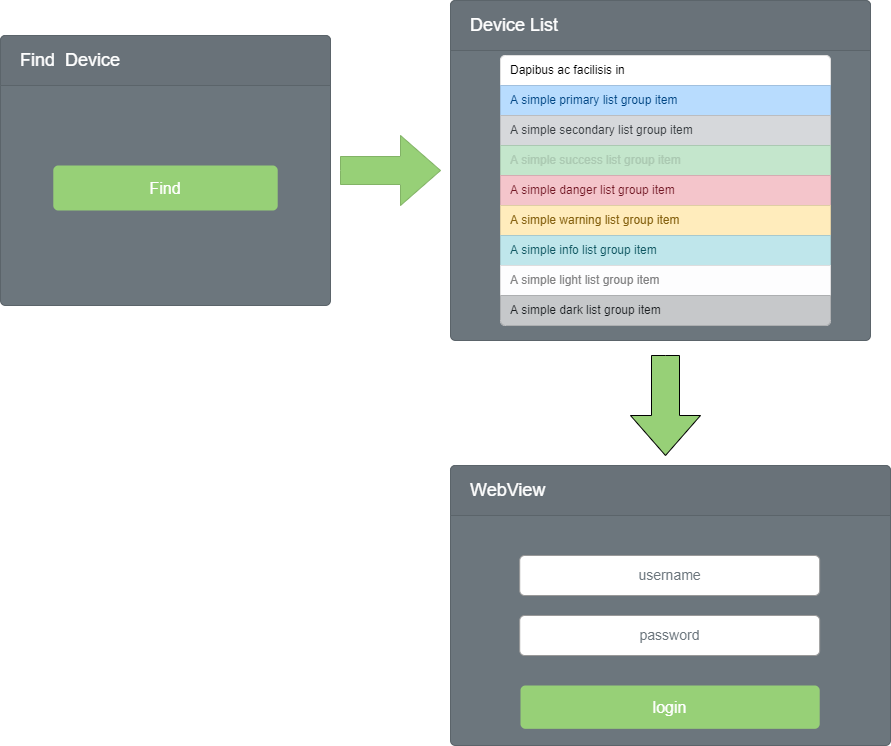
Earlier version of the draw.io export app.drawio.png (wing-cen/testPage). Source tidied: cells renumbered, new cells last; positions are measured from the earlier drawing's top-left corner, leaving out a move shared by most shapes.
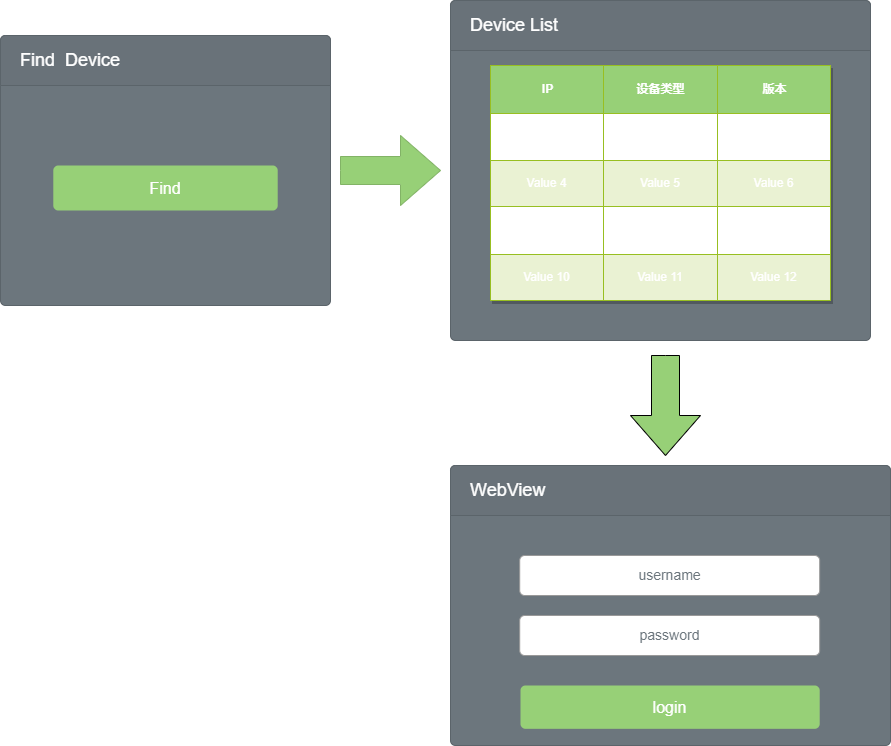
The same diagram one commit later.

Diff of the diagram source:
```diff
@@ -20,52 +20,69 @@
     <mxCell id="7" value="Device List" style="html=1;shadow=0;dashed=0;shape=mxgraph.bootstrap.topButton;rSize=5;perimeter=none;whiteSpace=wrap;fillColor=#697279;strokeColor=#5B646A;fontColor=#ffffff;fontSize=18;align=left;spacing=20;" parent="6" vertex="1">
       <mxGeometry width="420" height="50" relative="1" as="geometry" />
     </mxCell>
-    <mxCell id="8" style="html=1;shadow=0;dashed=0;shape=mxgraph.bootstrap.rrect;rSize=5;strokeColor=#DFDFDF;html=1;whiteSpace=wrap;fillColor=#FFFFFF;fontColor=#000000;" parent="6" vertex="1">
-      <mxGeometry x="50" y="55" width="330" height="270" as="geometry" />
-    </mxCell>
-    <mxCell id="9" value="Dapibus ac facilisis in" style="strokeColor=inherit;fillColor=inherit;gradientColor=inherit;fontColor=inherit;html=1;shadow=0;dashed=0;shape=mxgraph.bootstrap.topButton;rSize=5;perimeter=none;whiteSpace=wrap;align=left;spacing=10;" parent="8" vertex="1">
-      <mxGeometry width="330" height="30" relative="1" as="geometry" />
-    </mxCell>
-    <mxCell id="10" value="A simple primary list group item" style="html=1;fillColor=#B8DCFE;strokeColor=#A1C0DE;fontColor=#004583;shadow=0;dashed=0;perimeter=none;whiteSpace=wrap;align=left;spacing=10;" parent="8" vertex="1">
-      <mxGeometry width="330" height="30" relative="1" as="geometry">
-        <mxPoint y="30" as="offset" />
-      </mxGeometry>
-    </mxCell>
-    <mxCell id="11" value="A simple secondary list group item" style="html=1;fillColor=#D6D8DB;strokeColor=#BBBDC0;fontColor=#383D41;shadow=0;dashed=0;perimeter=none;whiteSpace=wrap;align=left;spacing=10;" parent="8" vertex="1">
-      <mxGeometry width="330" height="30" relative="1" as="geometry">
-        <mxPoint y="60" as="offset" />
-      </mxGeometry>
-    </mxCell>
-    <mxCell id="12" value="A simple success list group item" style="html=1;fillColor=#C4E6CC;strokeColor=#ABC9B2;fontColor=#ABC9B2;shadow=0;dashed=0;perimeter=none;whiteSpace=wrap;align=left;spacing=10;" parent="8" vertex="1">
-      <mxGeometry width="330" height="30" relative="1" as="geometry">
-        <mxPoint y="90" as="offset" />
-      </mxGeometry>
-    </mxCell>
-    <mxCell id="13" value="A simple danger list group item" style="html=1;fillColor=#F4C5CB;strokeColor=#D5ACB2;fontColor=#711623;shadow=0;dashed=0;perimeter=none;whiteSpace=wrap;align=left;spacing=10;" parent="8" vertex="1">
-      <mxGeometry width="330" height="30" relative="1" as="geometry">
-        <mxPoint y="120" as="offset" />
-      </mxGeometry>
-    </mxCell>
-    <mxCell id="14" value="A simple warning list group item" style="html=1;fillColor=#FFECBC;strokeColor=#DFCEA4;fontColor=#856110;shadow=0;dashed=0;perimeter=none;whiteSpace=wrap;align=left;spacing=10;" parent="8" vertex="1">
-      <mxGeometry width="330" height="30" relative="1" as="geometry">
-        <mxPoint y="150" as="offset" />
-      </mxGeometry>
-    </mxCell>
-    <mxCell id="15" value="A simple info list group item" style="html=1;fillColor=#BFE6EB;strokeColor=#A7C9CE;fontColor=#0E5560;shadow=0;dashed=0;perimeter=none;whiteSpace=wrap;align=left;spacing=10;" parent="8" vertex="1">
-      <mxGeometry width="330" height="30" relative="1" as="geometry">
-        <mxPoint y="180" as="offset" />
-      </mxGeometry>
-    </mxCell>
-    <mxCell id="16" value="A simple light list group item" style="html=1;fillColor=#FDFDFE;strokeColor=#DDDDDE;fontColor=#818182;shadow=0;dashed=0;perimeter=none;whiteSpace=wrap;align=left;spacing=10;" parent="8" vertex="1">
-      <mxGeometry width="330" height="30" relative="1" as="geometry">
-        <mxPoint y="210" as="offset" />
-      </mxGeometry>
-    </mxCell>
-    <mxCell id="17" value="A simple dark list group item" style="html=1;shadow=0;dashed=0;shape=mxgraph.bootstrap.bottomButton;fillColor=#C6C8CA;strokeColor=#ADAFB1;fontColor=#1B1E21;rSize=5;perimeter=none;whiteSpace=wrap;align=left;spacing=10;" parent="8" vertex="1">
-      <mxGeometry y="1" width="330" height="30" relative="1" as="geometry">
-        <mxPoint y="-30" as="offset" />
-      </mxGeometry>
-    </mxCell>
+    <mxCell id="24" value="Assets" style="strokeColor=#98bf21;fillColor=#97D077;shadow=1;fontColor=#FFFFFF;" parent="6" vertex="1">
+      <mxGeometry x="40" y="65" width="340" height="235" as="geometry" />
+    </mxCell>
+    <mxCell id="25" style="shape=tableRow;horizontal=0;startSize=0;swimlaneHead=0;swimlaneBody=0;top=0;left=0;bottom=0;right=0;fontStyle=0;strokeColor=inherit;fillColor=#ffffff;fontColor=#FFFFFF;" parent="24" vertex="1">
+      <mxGeometry width="340" height="48" as="geometry" />
+    </mxCell>
+    <mxCell id="26" value="IP" style="strokeColor=inherit;fillColor=#97D077;align=center;fontStyle=1;fontColor=#FFFFFF;html=1;" parent="25" vertex="1">
+      <mxGeometry width="113" height="48" as="geometry" />
+    </mxCell>
+    <mxCell id="27" value="设备类型" style="strokeColor=inherit;fillColor=#97D077;align=center;fontStyle=1;fontColor=#FFFFFF;html=1;" parent="25" vertex="1">
+      <mxGeometry x="113" width="114" height="48" as="geometry" />
+    </mxCell>
+    <mxCell id="28" value="版本" style="strokeColor=inherit;fillColor=#97D077;align=center;fontStyle=1;fontColor=#FFFFFF;html=1;" parent="25" vertex="1">
+      <mxGeometry x="227" width="113" height="48" as="geometry" />
+    </mxCell>
+    <mxCell id="29" style="shape=tableRow;horizontal=0;startSize=0;swimlaneHead=0;swimlaneBody=0;top=0;left=0;bottom=0;right=0;fontStyle=0;strokeColor=inherit;fillColor=#ffffff;fontColor=#FFFFFF;" parent="24" vertex="1">
+      <mxGeometry y="48" width="340" height="47" as="geometry" />
+    </mxCell>
+    <mxCell id="30" value="Value 1" style="strokeColor=inherit;fillColor=inherit;align=center;whiteSpace=wrap;html=1;fontColor=#FFFFFF;" parent="29" vertex="1">
+      <mxGeometry width="113" height="47" as="geometry" />
+    </mxCell>
+    <mxCell id="31" value="Value 2" style="strokeColor=inherit;fillColor=inherit;align=center;whiteSpace=wrap;html=1;fontColor=#FFFFFF;" parent="29" vertex="1">
+      <mxGeometry x="113" width="114" height="47" as="geometry" />
+    </mxCell>
+    <mxCell id="32" value="Value 3" style="strokeColor=inherit;fillColor=inherit;align=center;whiteSpace=wrap;html=1;fontColor=#FFFFFF;" parent="29" vertex="1">
+      <mxGeometry x="227" width="113" height="47" as="geometry" />
+    </mxCell>
+    <mxCell id="33" style="shape=tableRow;horizontal=0;startSize=0;swimlaneHead=0;swimlaneBody=0;top=0;left=0;bottom=0;right=0;fontStyle=1;strokeColor=inherit;fillColor=#EAF2D3;fontColor=#FFFFFF;" parent="24" vertex="1">
+      <mxGeometry y="95" width="340" height="46" as="geometry" />
+    </mxCell>
+    <mxCell id="34" value="Value 4" style="strokeColor=inherit;fillColor=inherit;whiteSpace=wrap;html=1;fontColor=#FFFFFF;" parent="33" vertex="1">
+      <mxGeometry width="113" height="46" as="geometry" />
+    </mxCell>
+    <mxCell id="35" value="Value 5" style="strokeColor=inherit;fillColor=inherit;whiteSpace=wrap;html=1;fontColor=#FFFFFF;" parent="33" vertex="1">
+      <mxGeometry x="113" width="114" height="46" as="geometry" />
+    </mxCell>
+    <mxCell id="36" value="Value 6" style="strokeColor=inherit;fillColor=inherit;whiteSpace=wrap;html=1;fontColor=#FFFFFF;" parent="33" vertex="1">
+      <mxGeometry x="227" width="113" height="46" as="geometry" />
+    </mxCell>
+    <mxCell id="37" style="shape=tableRow;horizontal=0;startSize=0;swimlaneHead=0;swimlaneBody=0;top=0;left=0;bottom=0;right=0;fontStyle=0;strokeColor=inherit;fillColor=#ffffff;fontColor=#FFFFFF;" parent="24" vertex="1">
+      <mxGeometry y="141" width="340" height="48" as="geometry" />
+    </mxCell>
+    <mxCell id="38" value="Value 7" style="strokeColor=inherit;fillColor=inherit;fontStyle=0;align=center;whiteSpace=wrap;html=1;fontColor=#FFFFFF;" parent="37" vertex="1">
+      <mxGeometry width="113" height="48" as="geometry" />
+    </mxCell>
+    <mxCell id="39" value="Value 8" style="strokeColor=inherit;fillColor=inherit;fontStyle=0;align=center;whiteSpace=wrap;html=1;fontColor=#FFFFFF;" parent="37" vertex="1">
+      <mxGeometry x="113" width="114" height="48" as="geometry" />
+    </mxCell>
+    <mxCell id="40" value="Value 9" style="strokeColor=inherit;fillColor=inherit;fontStyle=0;align=center;whiteSpace=wrap;html=1;fontColor=#FFFFFF;" parent="37" vertex="1">
+      <mxGeometry x="227" width="113" height="48" as="geometry" />
+    </mxCell>
+    <mxCell id="41" style="shape=tableRow;horizontal=0;startSize=0;swimlaneHead=0;swimlaneBody=0;top=0;left=0;bottom=0;right=0;fontStyle=1;strokeColor=inherit;fillColor=#EAF2D3;fontColor=#FFFFFF;" parent="24" vertex="1">
+      <mxGeometry y="189" width="340" height="46" as="geometry" />
+    </mxCell>
+    <mxCell id="42" value="Value 10" style="strokeColor=inherit;fillColor=inherit;whiteSpace=wrap;html=1;fontColor=#FFFFFF;" parent="41" vertex="1">
+      <mxGeometry width="113" height="46" as="geometry" />
+    </mxCell>
+    <mxCell id="43" value="Value 11" style="strokeColor=inherit;fillColor=inherit;whiteSpace=wrap;html=1;fontColor=#FFFFFF;" parent="41" vertex="1">
+      <mxGeometry x="113" width="114" height="46" as="geometry" />
+    </mxCell>
+    <mxCell id="44" value="Value 12" style="strokeColor=inherit;fillColor=inherit;whiteSpace=wrap;html=1;fontColor=#FFFFFF;" parent="41" vertex="1">
+      <mxGeometry x="227" width="113" height="46" as="geometry" />
+    </mxCell>
     <mxCell id="18" style="html=1;shadow=0;dashed=0;align=center;verticalAlign=middle;shape=mxgraph.arrows2.arrow;dy=0.6;dx=40;direction=south;notch=0;strokeColor=#000000;fontColor=#FFFFFF;fillColor=#97D077;" parent="1" vertex="1">
       <mxGeometry x="630" y="355" width="70" height="100" as="geometry" />
     </mxCell>
```
